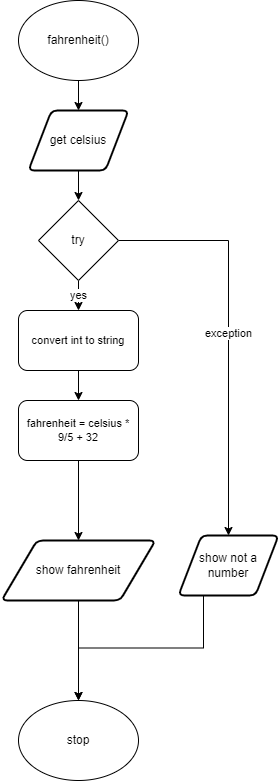
Earlier version of the draw.io export flow.png (devin-jhu/ICS3U-Unit5-03-Python). Source tidied: cells renumbered, new cells last; positions are measured from the earlier drawing's top-left corner, leaving out a move shared by most shapes. The source it was exported from:
```xml
<mxGraphModel>
  <root>
    <mxCell id="0" />
    <mxCell id="1" parent="0" />
    <mxCell id="2" style="edgeStyle=orthogonalEdgeStyle;shape=connector;rounded=0;html=1;exitX=0.5;exitY=1;exitDx=0;exitDy=0;entryX=0.5;entryY=0;entryDx=0;entryDy=0;labelBackgroundColor=default;fontFamily=Helvetica;fontSize=11;fontColor=default;endArrow=classic;strokeColor=default;" parent="1" edge="1" source="3" target="8">
      <mxGeometry relative="1" as="geometry" />
    </mxCell>
    <mxCell id="3" value="show fahrenheit" style="shape=parallelogram;html=1;strokeWidth=2;perimeter=parallelogramPerimeter;whiteSpace=wrap;rounded=1;arcSize=12;size=0.23;" parent="1" vertex="1">
      <mxGeometry y="540" width="154" height="60" as="geometry" />
    </mxCell>
    <mxCell id="4" style="edgeStyle=orthogonalEdgeStyle;shape=connector;rounded=0;html=1;exitX=0.25;exitY=1;exitDx=0;exitDy=0;labelBackgroundColor=default;fontFamily=Helvetica;fontSize=11;fontColor=default;endArrow=classic;strokeColor=default;entryX=0.5;entryY=0;entryDx=0;entryDy=0;" parent="1" edge="1" source="5" target="8">
      <mxGeometry relative="1" as="geometry" />
    </mxCell>
    <mxCell id="5" value="show not a number" style="shape=parallelogram;html=1;strokeWidth=2;perimeter=parallelogramPerimeter;whiteSpace=wrap;rounded=1;arcSize=12;size=0.23;" parent="1" vertex="1">
      <mxGeometry x="177" y="535" width="100" height="60" as="geometry" />
    </mxCell>
    <mxCell id="6" style="edgeStyle=orthogonalEdgeStyle;shape=connector;rounded=0;html=1;exitX=0.5;exitY=1;exitDx=0;exitDy=0;entryX=0.5;entryY=0;entryDx=0;entryDy=0;labelBackgroundColor=default;fontFamily=Helvetica;fontSize=11;fontColor=default;endArrow=classic;strokeColor=default;" parent="1" edge="1" source="7" target="17">
      <mxGeometry relative="1" as="geometry" />
    </mxCell>
    <mxCell id="7" value="fahrenheit()" style="ellipse;whiteSpace=wrap;html=1;" parent="1" vertex="1">
      <mxGeometry x="17" width="120" height="80" as="geometry" />
    </mxCell>
    <mxCell id="8" value="stop" style="ellipse;whiteSpace=wrap;html=1;" parent="1" vertex="1">
      <mxGeometry x="17" y="700" width="120" height="80" as="geometry" />
    </mxCell>
    <mxCell id="9" value="yes" style="edgeStyle=orthogonalEdgeStyle;shape=connector;rounded=0;html=1;exitX=0.5;exitY=1;exitDx=0;exitDy=0;entryX=0.5;entryY=0;entryDx=0;entryDy=0;labelBackgroundColor=default;fontFamily=Helvetica;fontSize=11;fontColor=default;endArrow=classic;strokeColor=default;" parent="1" edge="1" source="11" target="13">
      <mxGeometry relative="1" as="geometry" />
    </mxCell>
    <mxCell id="10" value="exception" style="edgeStyle=orthogonalEdgeStyle;shape=connector;rounded=0;html=1;exitX=1;exitY=0.5;exitDx=0;exitDy=0;entryX=0.5;entryY=0;entryDx=0;entryDy=0;labelBackgroundColor=default;fontFamily=Helvetica;fontSize=11;fontColor=default;endArrow=classic;strokeColor=default;" parent="1" edge="1" source="11" target="5">
      <mxGeometry relative="1" as="geometry" />
    </mxCell>
    <mxCell id="11" value="try" style="rhombus;whiteSpace=wrap;html=1;" parent="1" vertex="1">
      <mxGeometry x="37" y="200" width="80" height="80" as="geometry" />
    </mxCell>
    <mxCell id="12" style="edgeStyle=orthogonalEdgeStyle;shape=connector;rounded=0;html=1;exitX=0.5;exitY=1;exitDx=0;exitDy=0;entryX=0.5;entryY=0;entryDx=0;entryDy=0;labelBackgroundColor=default;fontFamily=Helvetica;fontSize=11;fontColor=default;endArrow=classic;strokeColor=default;" parent="1" edge="1" source="13" target="15">
      <mxGeometry relative="1" as="geometry" />
    </mxCell>
    <mxCell id="13" value="convert int to string" style="rounded=1;whiteSpace=wrap;html=1;fontFamily=Helvetica;fontSize=11;fontColor=default;" parent="1" vertex="1">
      <mxGeometry x="17" y="310" width="120" height="60" as="geometry" />
    </mxCell>
    <mxCell id="14" style="edgeStyle=orthogonalEdgeStyle;shape=connector;rounded=0;html=1;exitX=0.5;exitY=1;exitDx=0;exitDy=0;entryX=0.5;entryY=0;entryDx=0;entryDy=0;labelBackgroundColor=default;fontFamily=Helvetica;fontSize=11;fontColor=default;endArrow=classic;strokeColor=default;" parent="1" edge="1" source="15" target="3">
      <mxGeometry relative="1" as="geometry" />
    </mxCell>
    <mxCell id="15" value="fahrenheit = celsius * 9/5 + 32" style="rounded=1;whiteSpace=wrap;html=1;fontFamily=Helvetica;fontSize=11;fontColor=default;" parent="1" vertex="1">
      <mxGeometry x="17" y="400" width="120" height="60" as="geometry" />
    </mxCell>
    <mxCell id="16" style="edgeStyle=orthogonalEdgeStyle;shape=connector;rounded=0;html=1;exitX=0.5;exitY=1;exitDx=0;exitDy=0;entryX=0.5;entryY=0;entryDx=0;entryDy=0;labelBackgroundColor=default;fontFamily=Helvetica;fontSize=11;fontColor=default;endArrow=classic;strokeColor=default;" parent="1" edge="1" source="17" target="11">
      <mxGeometry relative="1" as="geometry" />
    </mxCell>
    <mxCell id="17" value="get celsius" style="shape=parallelogram;html=1;strokeWidth=2;perimeter=parallelogramPerimeter;whiteSpace=wrap;rounded=1;arcSize=12;size=0.23;" parent="1" vertex="1">
      <mxGeometry x="27" y="110" width="100" height="60" as="geometry" />
    </mxCell>
  </root>
</mxGraphModel>
```
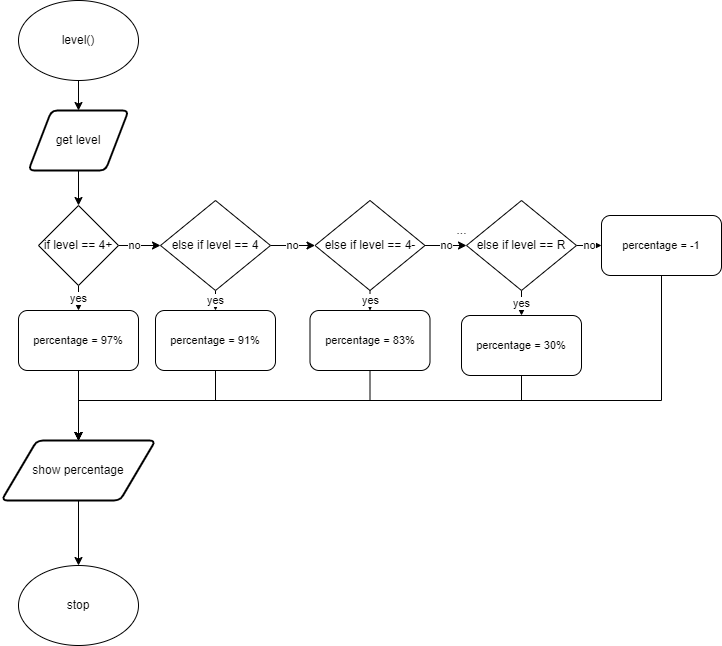
The same file after the commit.

What changed in the source:
```diff
@@ -5,50 +5,115 @@
     <mxCell id="2" style="edgeStyle=orthogonalEdgeStyle;shape=connector;rounded=0;html=1;exitX=0.5;exitY=1;exitDx=0;exitDy=0;entryX=0.5;entryY=0;entryDx=0;entryDy=0;labelBackgroundColor=default;fontFamily=Helvetica;fontSize=11;fontColor=default;endArrow=classic;strokeColor=default;" parent="1" edge="1" source="3" target="8">
       <mxGeometry relative="1" as="geometry" />
     </mxCell>
-    <mxCell id="3" value="show fahrenheit" style="shape=parallelogram;html=1;strokeWidth=2;perimeter=parallelogramPerimeter;whiteSpace=wrap;rounded=1;arcSize=12;size=0.23;" parent="1" vertex="1">
-      <mxGeometry y="540" width="154" height="60" as="geometry" />
+    <mxCell id="3" value="show percentage" style="shape=parallelogram;html=1;strokeWidth=2;perimeter=parallelogramPerimeter;whiteSpace=wrap;rounded=1;arcSize=12;size=0.23;" parent="1" vertex="1">
+      <mxGeometry x="-137" y="440" width="154" height="60" as="geometry" />
     </mxCell>
-    <mxCell id="4" style="edgeStyle=orthogonalEdgeStyle;shape=connector;rounded=0;html=1;exitX=0.25;exitY=1;exitDx=0;exitDy=0;labelBackgroundColor=default;fontFamily=Helvetica;fontSize=11;fontColor=default;endArrow=classic;strokeColor=default;entryX=0.5;entryY=0;entryDx=0;entryDy=0;" parent="1" edge="1" source="5" target="8">
-      <mxGeometry relative="1" as="geometry" />
-    </mxCell>
-    <mxCell id="5" value="show not a number" style="shape=parallelogram;html=1;strokeWidth=2;perimeter=parallelogramPerimeter;whiteSpace=wrap;rounded=1;arcSize=12;size=0.23;" parent="1" vertex="1">
-      <mxGeometry x="177" y="535" width="100" height="60" as="geometry" />
-    </mxCell>
     <mxCell id="6" style="edgeStyle=orthogonalEdgeStyle;shape=connector;rounded=0;html=1;exitX=0.5;exitY=1;exitDx=0;exitDy=0;entryX=0.5;entryY=0;entryDx=0;entryDy=0;labelBackgroundColor=default;fontFamily=Helvetica;fontSize=11;fontColor=default;endArrow=classic;strokeColor=default;" parent="1" edge="1" source="7" target="17">
       <mxGeometry relative="1" as="geometry" />
     </mxCell>
-    <mxCell id="7" value="fahrenheit()" style="ellipse;whiteSpace=wrap;html=1;" parent="1" vertex="1">
-      <mxGeometry x="17" width="120" height="80" as="geometry" />
+    <mxCell id="7" value="level()" style="ellipse;whiteSpace=wrap;html=1;" parent="1" vertex="1">
+      <mxGeometry x="-120" width="120" height="80" as="geometry" />
     </mxCell>
     <mxCell id="8" value="stop" style="ellipse;whiteSpace=wrap;html=1;" parent="1" vertex="1">
-      <mxGeometry x="17" y="700" width="120" height="80" as="geometry" />
+      <mxGeometry x="-120" y="565" width="120" height="80" as="geometry" />
     </mxCell>
-    <mxCell id="9" value="yes" style="edgeStyle=orthogonalEdgeStyle;shape=connector;rounded=0;html=1;exitX=0.5;exitY=1;exitDx=0;exitDy=0;entryX=0.5;entryY=0;entryDx=0;entryDy=0;labelBackgroundColor=default;fontFamily=Helvetica;fontSize=11;fontColor=default;endArrow=classic;strokeColor=default;" parent="1" edge="1" source="11" target="13">
-      <mxGeometry relative="1" as="geometry" />
-    </mxCell>
-    <mxCell id="10" value="exception" style="edgeStyle=orthogonalEdgeStyle;shape=connector;rounded=0;html=1;exitX=1;exitY=0.5;exitDx=0;exitDy=0;entryX=0.5;entryY=0;entryDx=0;entryDy=0;labelBackgroundColor=default;fontFamily=Helvetica;fontSize=11;fontColor=default;endArrow=classic;strokeColor=default;" parent="1" edge="1" source="11" target="5">
-      <mxGeometry relative="1" as="geometry" />
-    </mxCell>
-    <mxCell id="11" value="try" style="rhombus;whiteSpace=wrap;html=1;" parent="1" vertex="1">
-      <mxGeometry x="37" y="200" width="80" height="80" as="geometry" />
-    </mxCell>
-    <mxCell id="12" style="edgeStyle=orthogonalEdgeStyle;shape=connector;rounded=0;html=1;exitX=0.5;exitY=1;exitDx=0;exitDy=0;entryX=0.5;entryY=0;entryDx=0;entryDy=0;labelBackgroundColor=default;fontFamily=Helvetica;fontSize=11;fontColor=default;endArrow=classic;strokeColor=default;" parent="1" edge="1" source="13" target="15">
-      <mxGeometry relative="1" as="geometry" />
-    </mxCell>
-    <mxCell id="13" value="convert int to string" style="rounded=1;whiteSpace=wrap;html=1;fontFamily=Helvetica;fontSize=11;fontColor=default;" parent="1" vertex="1">
-      <mxGeometry x="17" y="310" width="120" height="60" as="geometry" />
-    </mxCell>
     <mxCell id="14" style="edgeStyle=orthogonalEdgeStyle;shape=connector;rounded=0;html=1;exitX=0.5;exitY=1;exitDx=0;exitDy=0;entryX=0.5;entryY=0;entryDx=0;entryDy=0;labelBackgroundColor=default;fontFamily=Helvetica;fontSize=11;fontColor=default;endArrow=classic;strokeColor=default;" parent="1" edge="1" source="15" target="3">
       <mxGeometry relative="1" as="geometry" />
     </mxCell>
-    <mxCell id="15" value="fahrenheit = celsius * 9/5 + 32" style="rounded=1;whiteSpace=wrap;html=1;fontFamily=Helvetica;fontSize=11;fontColor=default;" parent="1" vertex="1">
-      <mxGeometry x="17" y="400" width="120" height="60" as="geometry" />
+    <mxCell id="15" value="percentage = 97%" style="rounded=1;whiteSpace=wrap;html=1;fontFamily=Helvetica;fontSize=11;fontColor=default;" parent="1" vertex="1">
+      <mxGeometry x="-120" y="310" width="120" height="60" as="geometry" />
     </mxCell>
-    <mxCell id="16" style="edgeStyle=orthogonalEdgeStyle;shape=connector;rounded=0;html=1;exitX=0.5;exitY=1;exitDx=0;exitDy=0;entryX=0.5;entryY=0;entryDx=0;entryDy=0;labelBackgroundColor=default;fontFamily=Helvetica;fontSize=11;fontColor=default;endArrow=classic;strokeColor=default;" parent="1" edge="1" source="17" target="11">
-      <mxGeometry relative="1" as="geometry" />
-    </mxCell>
+    <mxCell id="18" style="edgeStyle=none;html=1;exitX=0.5;exitY=1;exitDx=0;exitDy=0;entryX=0.5;entryY=0;entryDx=0;entryDy=0;" parent="1" edge="1" source="17" target="22">
+      <mxGeometry relative="1" as="geometry" />
+    </mxCell>
-    <mxCell id="17" value="get celsius" style="shape=parallelogram;html=1;strokeWidth=2;perimeter=parallelogramPerimeter;whiteSpace=wrap;rounded=1;arcSize=12;size=0.23;" parent="1" vertex="1">
-      <mxGeometry x="27" y="110" width="100" height="60" as="geometry" />
+    <mxCell id="17" value="get level" style="shape=parallelogram;html=1;strokeWidth=2;perimeter=parallelogramPerimeter;whiteSpace=wrap;rounded=1;arcSize=12;size=0.23;" parent="1" vertex="1">
+      <mxGeometry x="-110" y="110" width="100" height="60" as="geometry" />
     </mxCell>
+    <mxCell id="19" value="yes" style="edgeStyle=none;html=1;exitX=0.5;exitY=1;exitDx=0;exitDy=0;entryX=0.5;entryY=0;entryDx=0;entryDy=0;" parent="1" edge="1" source="22" target="15">
+      <mxGeometry relative="1" as="geometry" />
+    </mxCell>
+    <mxCell id="20" style="edgeStyle=orthogonalEdgeStyle;shape=connector;rounded=0;html=1;exitX=1;exitY=0.5;exitDx=0;exitDy=0;entryX=0;entryY=0.5;entryDx=0;entryDy=0;labelBackgroundColor=default;fontFamily=Helvetica;fontSize=11;fontColor=default;endArrow=classic;strokeColor=default;" parent="1" edge="1" source="22" target="27">
+      <mxGeometry relative="1" as="geometry" />
+    </mxCell>
+    <mxCell id="21" value="no" style="edgeLabel;html=1;align=center;verticalAlign=middle;fontSize=11;fontFamily=Helvetica;fontColor=default;" parent="20" vertex="1">
+      <mxGeometry x="-0.28" y="1" relative="1" as="geometry" />
+    </mxCell>
+    <mxCell id="22" value="if level == 4+" style="rhombus;whiteSpace=wrap;html=1;" parent="1" vertex="1">
+      <mxGeometry x="-100" y="205" width="80" height="80" as="geometry" />
+    </mxCell>
+    <mxCell id="23" style="edgeStyle=orthogonalEdgeStyle;shape=connector;rounded=0;html=1;exitX=0.5;exitY=1;exitDx=0;exitDy=0;entryX=0.5;entryY=0;entryDx=0;entryDy=0;labelBackgroundColor=default;fontFamily=Helvetica;fontSize=11;fontColor=default;endArrow=classic;strokeColor=default;" parent="1" edge="1" source="24" target="3">
+      <mxGeometry relative="1" as="geometry">
+        <Array as="points">
+          <mxPoint x="77" y="400" />
+          <mxPoint x="-60" y="400" />
+        </Array>
+      </mxGeometry>
+    </mxCell>
+    <mxCell id="24" value="percentage = 91%" style="rounded=1;whiteSpace=wrap;html=1;fontFamily=Helvetica;fontSize=11;fontColor=default;" parent="1" vertex="1">
+      <mxGeometry x="17" y="310" width="120" height="60" as="geometry" />
+    </mxCell>
+    <mxCell id="25" value="yes" style="edgeStyle=none;html=1;exitX=0.5;exitY=1;exitDx=0;exitDy=0;entryX=0.5;entryY=0;entryDx=0;entryDy=0;" parent="1" edge="1" source="27" target="24">
+      <mxGeometry relative="1" as="geometry" />
+    </mxCell>
+    <mxCell id="26" value="no" style="edgeStyle=orthogonalEdgeStyle;shape=connector;rounded=0;html=1;exitX=1;exitY=0.5;exitDx=0;exitDy=0;labelBackgroundColor=default;fontFamily=Helvetica;fontSize=11;fontColor=default;endArrow=classic;strokeColor=default;" parent="1" edge="1" source="27" target="32">
+      <mxGeometry relative="1" as="geometry" />
+    </mxCell>
+    <mxCell id="27" value="else if level == 4" style="rhombus;whiteSpace=wrap;html=1;" parent="1" vertex="1">
+      <mxGeometry x="22" y="200" width="110" height="90" as="geometry" />
+    </mxCell>
+    <mxCell id="28" style="edgeStyle=orthogonalEdgeStyle;shape=connector;rounded=0;html=1;exitX=0.5;exitY=1;exitDx=0;exitDy=0;entryX=0.5;entryY=0;entryDx=0;entryDy=0;labelBackgroundColor=default;fontFamily=Helvetica;fontSize=11;fontColor=default;endArrow=classic;strokeColor=default;" parent="1" edge="1" source="29" target="3">
+      <mxGeometry relative="1" as="geometry">
+        <Array as="points">
+          <mxPoint x="232" y="400" />
+          <mxPoint x="-60" y="400" />
+        </Array>
+      </mxGeometry>
+    </mxCell>
+    <mxCell id="29" value="percentage = 83%" style="rounded=1;whiteSpace=wrap;html=1;fontFamily=Helvetica;fontSize=11;fontColor=default;" parent="1" vertex="1">
+      <mxGeometry x="171.5" y="310" width="120" height="60" as="geometry" />
+    </mxCell>
+    <mxCell id="30" value="yes" style="edgeStyle=none;html=1;exitX=0.5;exitY=1;exitDx=0;exitDy=0;entryX=0.5;entryY=0;entryDx=0;entryDy=0;" parent="1" edge="1" source="32" target="29">
+      <mxGeometry relative="1" as="geometry" />
+    </mxCell>
+    <mxCell id="31" value="no" style="edgeStyle=orthogonalEdgeStyle;shape=connector;rounded=0;html=1;exitX=1;exitY=0.5;exitDx=0;exitDy=0;entryX=0;entryY=0.5;entryDx=0;entryDy=0;labelBackgroundColor=default;fontFamily=Helvetica;fontSize=11;fontColor=default;endArrow=classic;strokeColor=default;" parent="1" edge="1" source="32" target="36">
+      <mxGeometry relative="1" as="geometry" />
+    </mxCell>
+    <mxCell id="32" value="else if level == 4-" style="rhombus;whiteSpace=wrap;html=1;" parent="1" vertex="1">
+      <mxGeometry x="176.5" y="200" width="110" height="90" as="geometry" />
+    </mxCell>
+    <mxCell id="33" style="edgeStyle=orthogonalEdgeStyle;shape=connector;rounded=0;html=1;exitX=0.5;exitY=1;exitDx=0;exitDy=0;entryX=0.5;entryY=0;entryDx=0;entryDy=0;labelBackgroundColor=default;fontFamily=Helvetica;fontSize=11;fontColor=default;endArrow=classic;strokeColor=default;" parent="1" edge="1" source="34" target="3">
+      <mxGeometry relative="1" as="geometry">
+        <Array as="points">
+          <mxPoint x="383" y="400" />
+          <mxPoint x="-60" y="400" />
+        </Array>
+      </mxGeometry>
+    </mxCell>
+    <mxCell id="34" value="percentage = 30%" style="rounded=1;whiteSpace=wrap;html=1;fontFamily=Helvetica;fontSize=11;fontColor=default;" parent="1" vertex="1">
+      <mxGeometry x="323" y="315" width="120" height="60" as="geometry" />
+    </mxCell>
+    <mxCell id="9" value="yes" style="edgeStyle=orthogonalEdgeStyle;shape=connector;rounded=0;html=1;exitX=0.5;exitY=1;exitDx=0;exitDy=0;entryX=0.5;entryY=0;entryDx=0;entryDy=0;labelBackgroundColor=default;fontFamily=Helvetica;fontSize=11;fontColor=default;endArrow=classic;strokeColor=default;" parent="1" edge="1" source="36" target="34">
+      <mxGeometry relative="1" as="geometry" />
+    </mxCell>
+    <mxCell id="35" value="no" style="edgeStyle=orthogonalEdgeStyle;shape=connector;rounded=0;html=1;exitX=1;exitY=0.5;exitDx=0;exitDy=0;labelBackgroundColor=default;fontFamily=Helvetica;fontSize=11;fontColor=default;endArrow=classic;strokeColor=default;" parent="1" edge="1" source="36" target="38">
+      <mxGeometry relative="1" as="geometry" />
+    </mxCell>
+    <mxCell id="36" value="else if level == R" style="rhombus;whiteSpace=wrap;html=1;" parent="1" vertex="1">
+      <mxGeometry x="328" y="200" width="110" height="90" as="geometry" />
+    </mxCell>
+    <mxCell id="37" style="edgeStyle=orthogonalEdgeStyle;shape=connector;rounded=0;html=1;exitX=0.5;exitY=1;exitDx=0;exitDy=0;entryX=0.5;entryY=0;entryDx=0;entryDy=0;labelBackgroundColor=default;fontFamily=Helvetica;fontSize=11;fontColor=default;endArrow=classic;strokeColor=default;" parent="1" edge="1" source="38" target="3">
+      <mxGeometry relative="1" as="geometry">
+        <Array as="points">
+          <mxPoint x="523" y="400" />
+          <mxPoint x="-60" y="400" />
+        </Array>
+      </mxGeometry>
+    </mxCell>
+    <mxCell id="38" value="percentage = -1" style="rounded=1;whiteSpace=wrap;html=1;fontFamily=Helvetica;fontSize=11;fontColor=default;" parent="1" vertex="1">
+      <mxGeometry x="463" y="215" width="120" height="60" as="geometry" />
+    </mxCell>
+    <mxCell id="39" value="..." style="text;html=1;align=center;verticalAlign=middle;strokeColor=none;fillColor=none;" parent="1" vertex="1">
+      <mxGeometry x="308" y="220" width="30" height="20" as="geometry" />
+    </mxCell>
   </root>
 </mxGraphModel>
```
